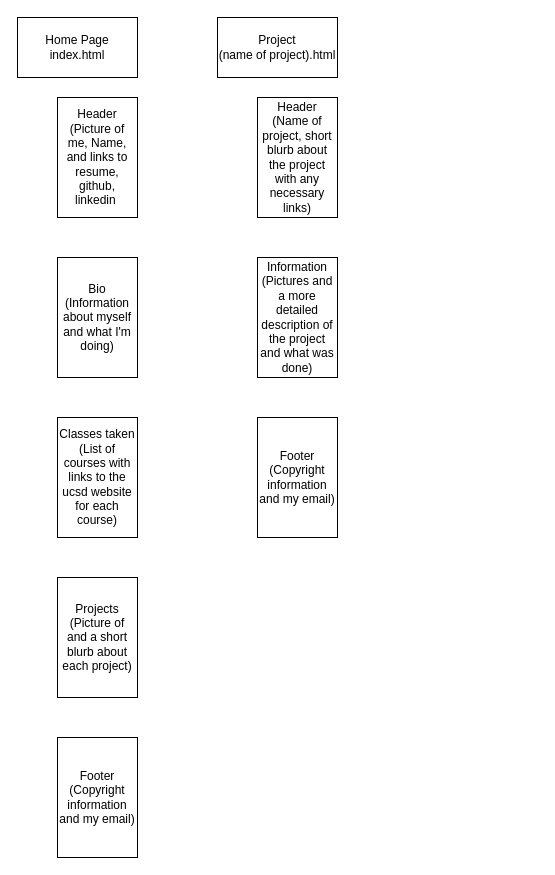
The draw.io diagram cse134b-diagram.drawio in dom500d/cse134b-hw2, before the edit. Source tidied: cells renumbered, new cells numbered last; positions are measured from the earlier drawing's top-left corner, leaving out a move shared by most shapes. Both pictures are drawn from the tidied source at 100%, with x=0, y=0 at pixel (17, 17).
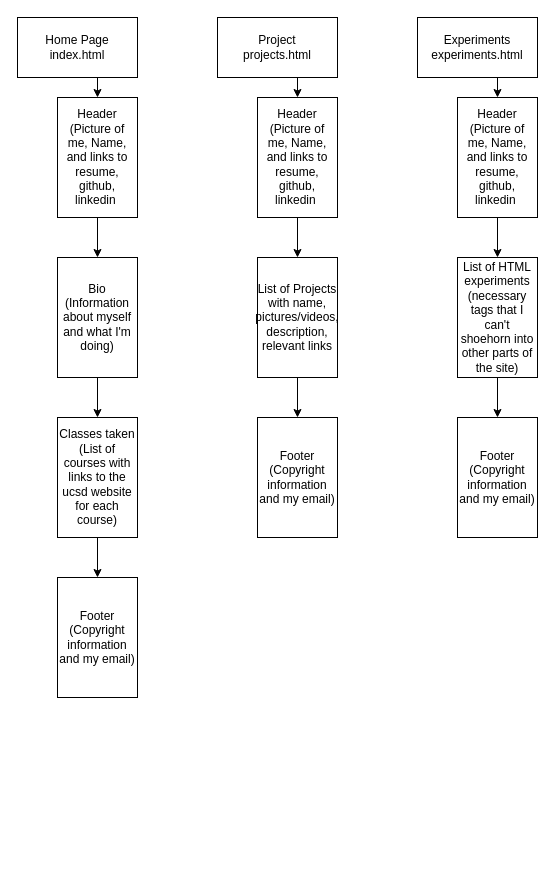
The same diagram, later.

Unchanged cells that the change refers to:
```xml
<mxCell id="2" value="Home Page&lt;br&gt;index.html&lt;br&gt;" style="rounded=0;whiteSpace=wrap;html=1;" parent="1" vertex="1">
  <mxGeometry width="120" height="60" as="geometry" />
</mxCell>
<mxCell id="4" value="Header&lt;br&gt;(Picture of me, Name, and links to resume, github, linkedin&amp;nbsp;" style="rounded=0;whiteSpace=wrap;html=1;" parent="1" vertex="1">
  <mxGeometry x="40" y="80" width="80" height="120" as="geometry" />
</mxCell>
<mxCell id="5" value="Bio&lt;br&gt;(Information about myself and what I'm doing)" style="rounded=0;whiteSpace=wrap;html=1;" parent="1" vertex="1">
  <mxGeometry x="40" y="240" width="80" height="120" as="geometry" />
</mxCell>
<mxCell id="6" value="Classes taken&lt;br&gt;(List of courses with links to the ucsd website for each course)" style="rounded=0;whiteSpace=wrap;html=1;" parent="1" vertex="1">
  <mxGeometry x="40" y="400" width="80" height="120" as="geometry" />
</mxCell>
<mxCell id="11" value="Footer&lt;br&gt;(Copyright information and my email)" style="rounded=0;whiteSpace=wrap;html=1;" parent="1" vertex="1">
  <mxGeometry x="240" y="400" width="80" height="120" as="geometry" />
</mxCell>
```

Diff of the diagram source:
```diff
@@
+    <mxCell id="12" style="edgeStyle=orthogonalEdgeStyle;rounded=0;jettySize=auto;html=1;exitX=0.5;exitY=1;exitDx=0;exitDy=0;entryX=0.5;entryY=0;entryDx=0;entryDy=0;" parent="1" edge="1" source="2" target="4">
+      <mxGeometry relative="1" as="geometry" />
+    </mxCell>
@@
+    <mxCell id="13" style="edgeStyle=orthogonalEdgeStyle;rounded=0;jettySize=auto;html=1;exitX=0.5;exitY=1;exitDx=0;exitDy=0;entryX=0.5;entryY=0;entryDx=0;entryDy=0;" parent="1" edge="1" source="3" target="24">
+      <mxGeometry relative="1" as="geometry" />
+    </mxCell>
-    <mxCell id="3" value="Project&lt;br&gt;(name of project).html" style="rounded=0;whiteSpace=wrap;html=1;" parent="1" vertex="1">
+    <mxCell id="3" value="Project&lt;br&gt;projects.html" style="rounded=0;whiteSpace=wrap;html=1;" parent="1" vertex="1">
       <mxGeometry x="200" width="120" height="60" as="geometry" />
     </mxCell>
+    <mxCell id="14" style="edgeStyle=orthogonalEdgeStyle;rounded=0;jettySize=auto;html=1;exitX=0.5;exitY=1;exitDx=0;exitDy=0;entryX=0.5;entryY=0;entryDx=0;entryDy=0;" parent="1" edge="1" source="4" target="5">
+      <mxGeometry relative="1" as="geometry" />
+    </mxCell>
@@
+    <mxCell id="15" style="edgeStyle=orthogonalEdgeStyle;rounded=0;jettySize=auto;html=1;exitX=0.5;exitY=1;exitDx=0;exitDy=0;entryX=0.5;entryY=0;entryDx=0;entryDy=0;" parent="1" edge="1" source="5" target="6">
+      <mxGeometry relative="1" as="geometry" />
+    </mxCell>
@@
+    <mxCell id="16" style="edgeStyle=orthogonalEdgeStyle;rounded=0;jettySize=auto;html=1;exitX=0.5;exitY=1;exitDx=0;exitDy=0;" parent="1" edge="1" source="6" target="8">
+      <mxGeometry relative="1" as="geometry" />
+    </mxCell>
@@
-    <mxCell id="7" value="Projects&lt;br&gt;(Picture of and a short blurb about each project)" style="rounded=0;whiteSpace=wrap;html=1;" parent="1" vertex="1">
-      <mxGeometry x="40" y="560" width="80" height="120" as="geometry" />
-    </mxCell>
     <mxCell id="8" value="Footer&lt;br&gt;(Copyright information and my email)" style="rounded=0;whiteSpace=wrap;html=1;" parent="1" vertex="1">
-      <mxGeometry x="40" y="720" width="80" height="120" as="geometry" />
+      <mxGeometry x="40" y="560" width="80" height="120" as="geometry" />
     </mxCell>
-    <mxCell id="9" value="Header&lt;br&gt;(Name of project, short blurb about the project with any necessary links)" style="rounded=0;whiteSpace=wrap;html=1;" parent="1" vertex="1">
-      <mxGeometry x="240" y="80" width="80" height="120" as="geometry" />
-    </mxCell>
+    <mxCell id="17" style="edgeStyle=orthogonalEdgeStyle;rounded=0;jettySize=auto;html=1;exitX=0.5;exitY=1;exitDx=0;exitDy=0;entryX=0.5;entryY=0;entryDx=0;entryDy=0;" parent="1" edge="1" source="10" target="11">
+      <mxGeometry relative="1" as="geometry" />
+    </mxCell>
-    <mxCell id="10" value="Information&lt;br&gt;(Pictures and a more detailed description of the project and what was done)" style="rounded=0;whiteSpace=wrap;html=1;" parent="1" vertex="1">
+    <mxCell id="10" value="List of Projects with name, pictures/videos, description, relevant links" style="rounded=0;whiteSpace=wrap;html=1;" parent="1" vertex="1">
       <mxGeometry x="240" y="240" width="80" height="120" as="geometry" />
     </mxCell>
@@
+    <mxCell id="18" style="edgeStyle=orthogonalEdgeStyle;rounded=0;jettySize=auto;html=1;exitX=0.5;exitY=1;exitDx=0;exitDy=0;entryX=0.5;entryY=0;entryDx=0;entryDy=0;" parent="1" edge="1" source="19" target="26">
+      <mxGeometry relative="1" as="geometry" />
+    </mxCell>
+    <mxCell id="19" value="Experiments&lt;br&gt;experiments.html" style="rounded=0;whiteSpace=wrap;html=1;" parent="1" vertex="1">
+      <mxGeometry x="400" width="120" height="60" as="geometry" />
+    </mxCell>
+    <mxCell id="20" style="edgeStyle=orthogonalEdgeStyle;rounded=0;jettySize=auto;html=1;exitX=0.5;exitY=1;exitDx=0;exitDy=0;entryX=0.5;entryY=0;entryDx=0;entryDy=0;" parent="1" edge="1" source="21" target="22">
+      <mxGeometry relative="1" as="geometry" />
+    </mxCell>
+    <mxCell id="21" value="List of HTML experiments (necessary tags that I can't shoehorn into other parts of the site)" style="rounded=0;whiteSpace=wrap;html=1;" parent="1" vertex="1">
+      <mxGeometry x="440" y="240" width="80" height="120" as="geometry" />
+    </mxCell>
+    <mxCell id="22" value="Footer&lt;br&gt;(Copyright information and my email)" style="rounded=0;whiteSpace=wrap;html=1;" parent="1" vertex="1">
+      <mxGeometry x="440" y="400" width="80" height="120" as="geometry" />
+    </mxCell>
+    <mxCell id="23" style="edgeStyle=orthogonalEdgeStyle;rounded=0;jettySize=auto;html=1;exitX=0.5;exitY=1;exitDx=0;exitDy=0;entryX=0.5;entryY=0;entryDx=0;entryDy=0;" parent="1" edge="1" source="24" target="10">
+      <mxGeometry relative="1" as="geometry" />
+    </mxCell>
+    <mxCell id="24" value="Header&lt;br&gt;(Picture of me, Name, and links to resume, github, linkedin&amp;nbsp;" style="rounded=0;whiteSpace=wrap;html=1;" parent="1" vertex="1">
+      <mxGeometry x="240" y="80" width="80" height="120" as="geometry" />
+    </mxCell>
+    <mxCell id="25" style="edgeStyle=orthogonalEdgeStyle;rounded=0;jettySize=auto;html=1;exitX=0.5;exitY=1;exitDx=0;exitDy=0;entryX=0.5;entryY=0;entryDx=0;entryDy=0;" parent="1" edge="1" source="26" target="21">
+      <mxGeometry relative="1" as="geometry" />
+    </mxCell>
+    <mxCell id="26" value="Header&lt;br&gt;(Picture of me, Name, and links to resume, github, linkedin&amp;nbsp;" style="rounded=0;whiteSpace=wrap;html=1;" parent="1" vertex="1">
+      <mxGeometry x="440" y="80" width="80" height="120" as="geometry" />
+    </mxCell>
```
